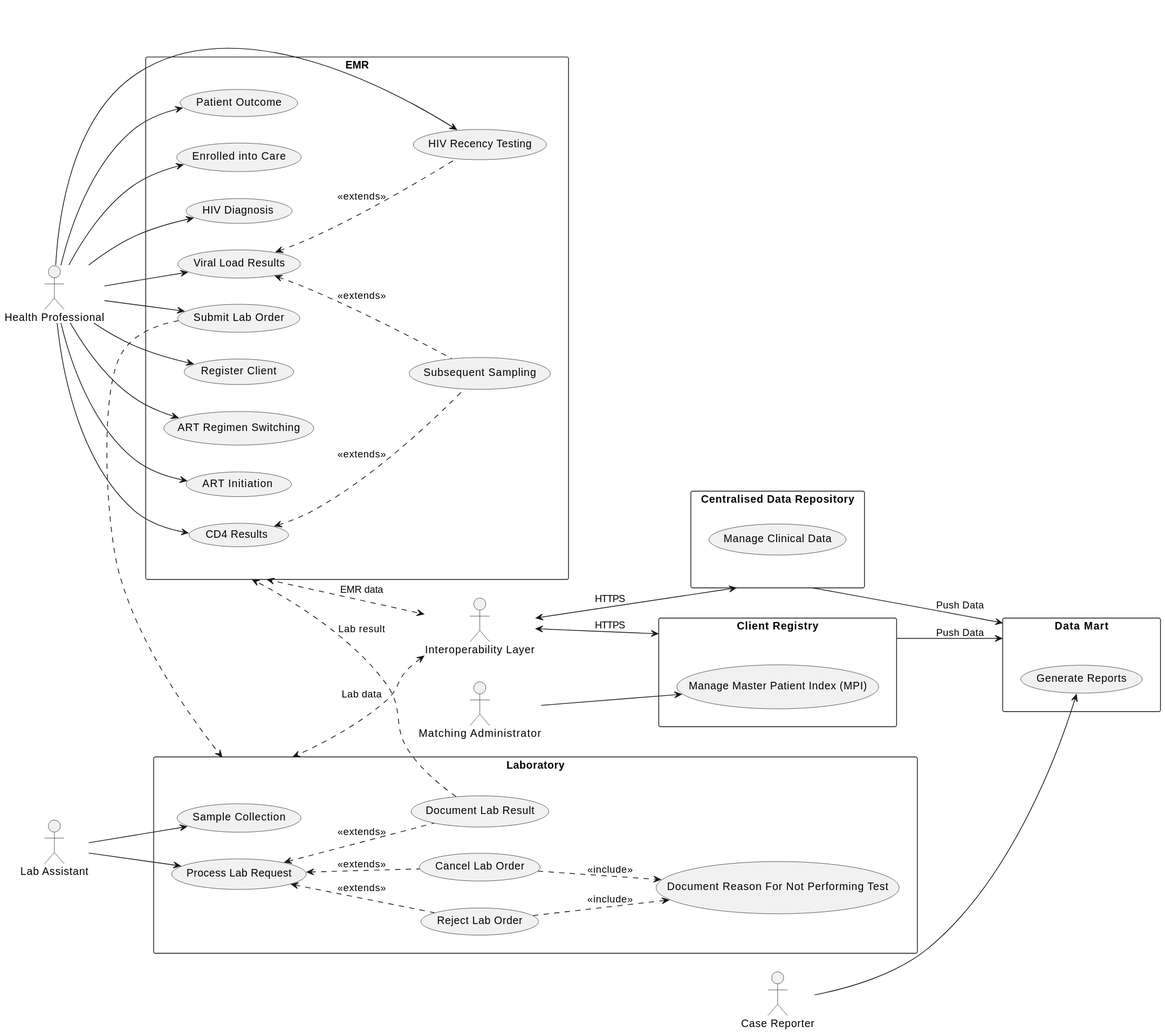
The PlantUML diagram input/includes/UseCaseDiagram.svg in openhie/HIV-CBS, before a commit.
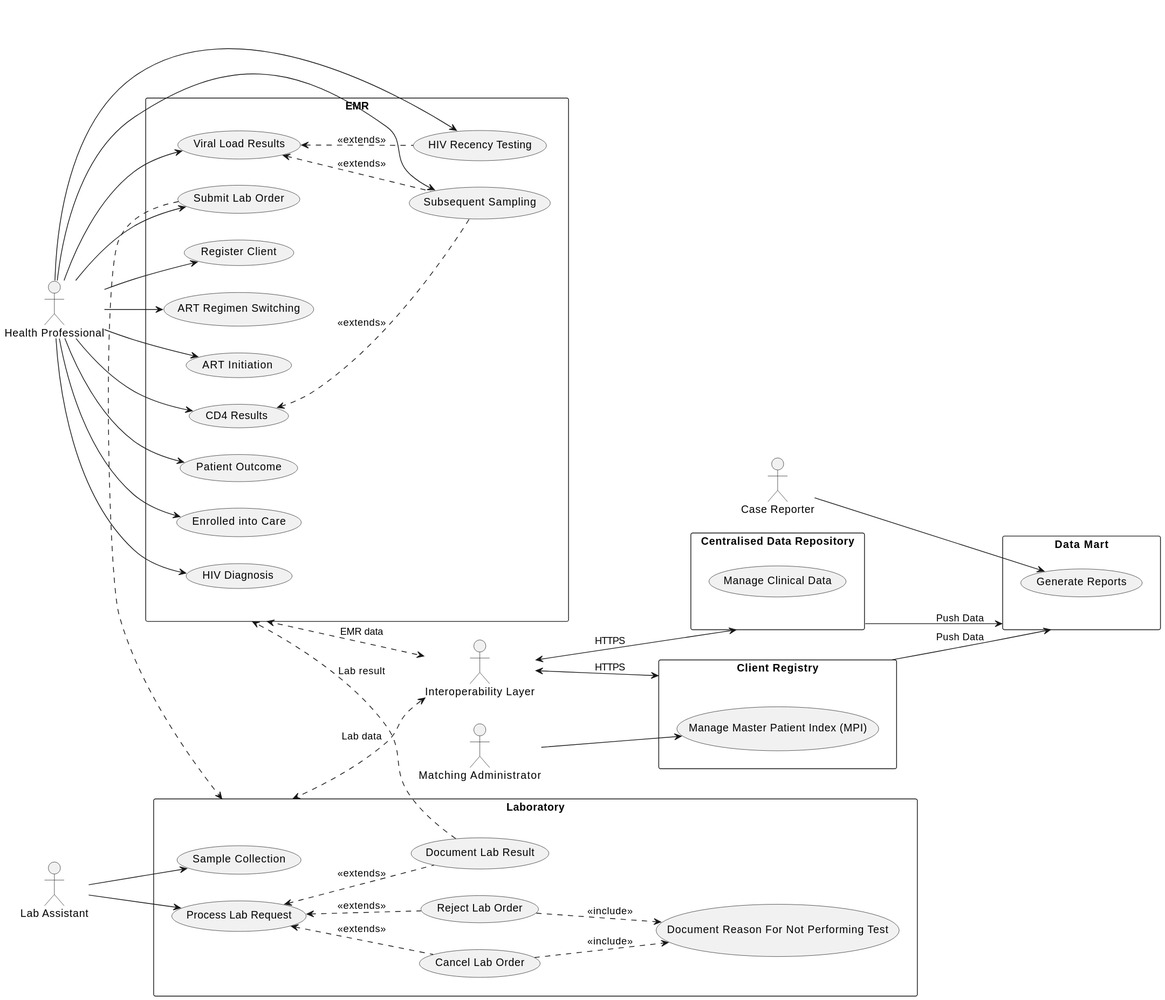
Later version of the same file.

What changed in the source:
```diff
@@ -23,6 +23,7 @@
 professional --> UC6
 professional --> UC7
 professional --> UC8
+professional --> UC9
 professional --> UC10
 professional --> UC11
 
```
